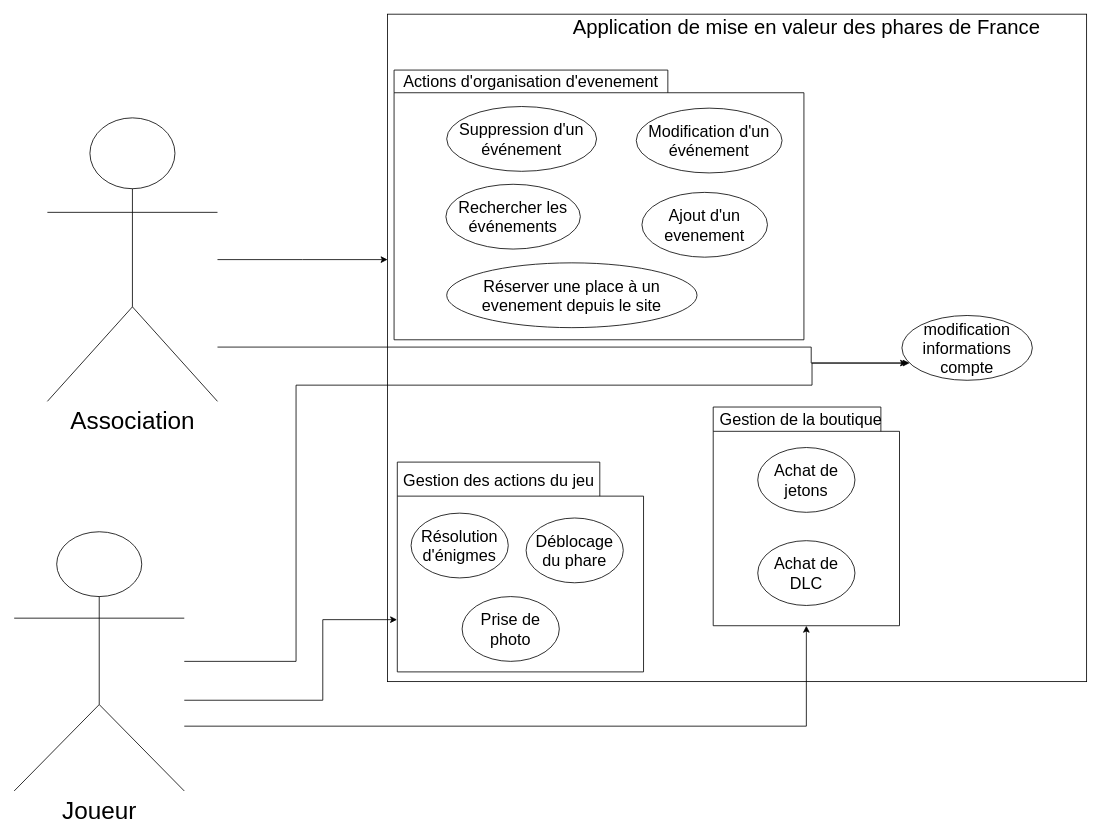
The draw.io diagram cours/Diagramme cas utilisation SAE3.drawio in Nereoll/draw.io, before the edit. Source tidied: cells renumbered, new cells numbered last; positions are measured from the earlier drawing's top-left corner, leaving out a move shared by most shapes. Both pictures are drawn from the tidied source at 81%, with x=0, y=0 at pixel (14, 14).
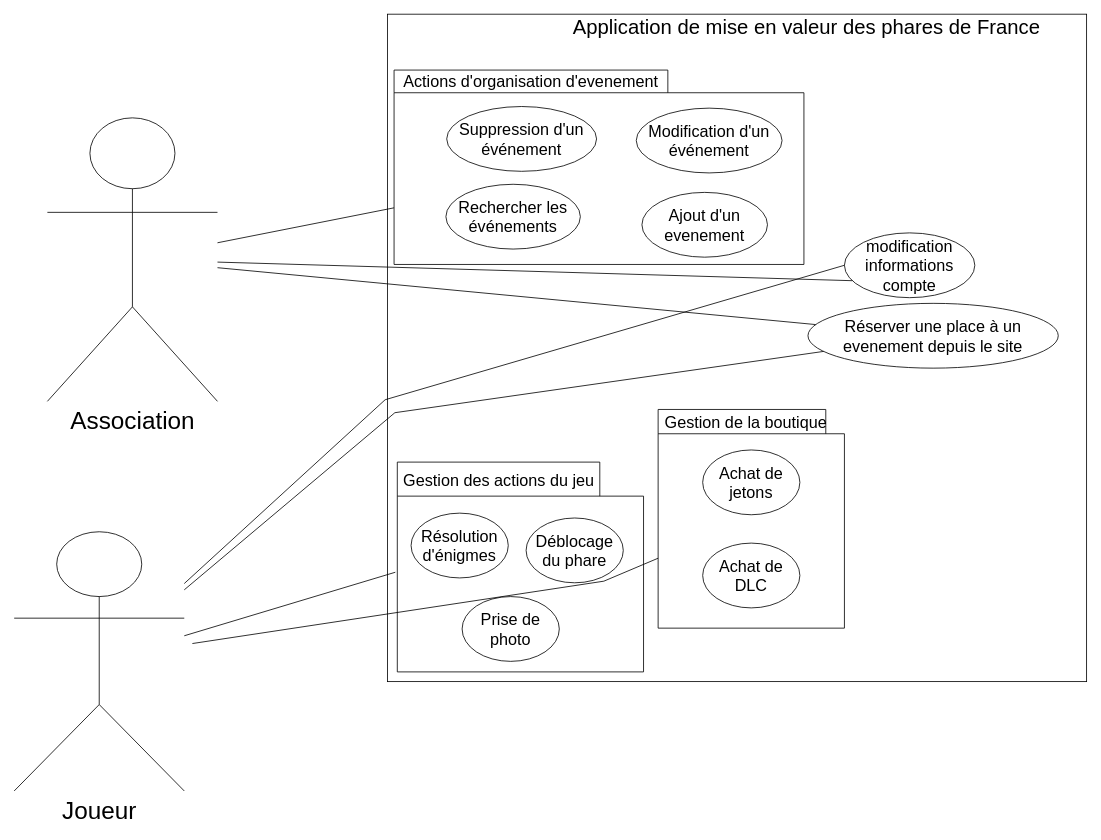
The same diagram, later.

Commit message:
Mettre à jour Diagramme cas utilisation SAE3.drawio

The change refers to these unchanged cells:
```xml
<mxCell id="3" value="&lt;font style=&quot;font-size: 30px;&quot;&gt;Joueur&lt;/font&gt;" style="shape=umlActor;verticalLabelPosition=bottom;verticalAlign=top;html=1;outlineConnect=0;" parent="1" vertex="1">
  <mxGeometry y="639" width="210" height="320" as="geometry" />
</mxCell>
<mxCell id="5" value="&lt;font style=&quot;font-size: 30px;&quot;&gt;Association&lt;/font&gt;" style="shape=umlActor;verticalLabelPosition=bottom;verticalAlign=top;html=1;outlineConnect=0;" parent="1" vertex="1">
  <mxGeometry x="41" y="128" width="210" height="350" as="geometry" />
</mxCell>
<mxCell id="6" style="shape=folder;fontStyle=1;spacingTop=10;tabWidth=250;tabHeight=42;tabPosition=left;html=1;whiteSpace=wrap;" parent="1" vertex="1">
  <mxGeometry x="473" y="553" width="304" height="259" as="geometry" />
</mxCell>
```

What changed in the source:
```diff
@@
-    <mxCell id="4" style="edgeStyle=orthogonalEdgeStyle;rounded=0;jettySize=auto;html=1;entryX=0;entryY=0.5;entryDx=0;entryDy=0;" parent="1" edge="1" source="5">
-      <mxGeometry relative="1" as="geometry">
-        <mxPoint x="461" y="303" as="targetPoint" />
-      </mxGeometry>
-    </mxCell>
@@
     <mxCell id="7" value="&lt;font style=&quot;font-size: 20px;&quot;&gt;modification informations compte&lt;/font&gt;" style="ellipse;whiteSpace=wrap;html=1;" parent="1" vertex="1">
-      <mxGeometry x="1096" y="372" width="161" height="80" as="geometry" />
+      <mxGeometry x="1025" y="270" width="161" height="80" as="geometry" />
     </mxCell>
@@
     <mxCell id="12" style="shape=folder;fontStyle=1;spacingTop=10;tabWidth=215;tabHeight=30;tabPosition=left;html=1;whiteSpace=wrap;" parent="1" vertex="1">
-      <mxGeometry x="863" y="485" width="230" height="270" as="geometry" />
+      <mxGeometry x="795" y="488" width="230" height="270" as="geometry" />
     </mxCell>
     <mxCell id="13" value="&lt;font style=&quot;font-size: 20px;&quot;&gt;Gestion de la boutique&lt;/font&gt;" style="text;html=1;align=center;verticalAlign=middle;whiteSpace=wrap;rounded=0;" parent="1" vertex="1">
-      <mxGeometry x="863" y="485" width="217" height="30" as="geometry" />
+      <mxGeometry x="795" y="488" width="217" height="30" as="geometry" />
     </mxCell>
     <mxCell id="14" value="&lt;font style=&quot;font-size: 20px;&quot;&gt;Achat de jetons&lt;/font&gt;" style="ellipse;whiteSpace=wrap;html=1;" parent="1" vertex="1">
-      <mxGeometry x="918" y="535" width="120" height="80" as="geometry" />
+      <mxGeometry x="850" y="538" width="120" height="80" as="geometry" />
     </mxCell>
     <mxCell id="15" value="&lt;font style=&quot;font-size: 20px;&quot;&gt;Achat de DLC&lt;/font&gt;" style="ellipse;whiteSpace=wrap;html=1;" parent="1" vertex="1">
-      <mxGeometry x="918" y="650" width="120" height="80" as="geometry" />
+      <mxGeometry x="850" y="653" width="120" height="80" as="geometry" />
     </mxCell>
     <mxCell id="16" style="shape=folder;fontStyle=1;spacingTop=10;tabWidth=338;tabHeight=28;tabPosition=left;html=1;whiteSpace=wrap;" parent="1" vertex="1">
-      <mxGeometry x="469" y="69" width="506" height="333" as="geometry" />
+      <mxGeometry x="469" y="69" width="506" height="240" as="geometry" />
     </mxCell>
@@
     <mxCell id="22" value="&lt;font style=&quot;font-size: 20px;&quot;&gt;Réserver une place à un evenement depuis le site&lt;/font&gt;" style="ellipse;whiteSpace=wrap;html=1;" parent="1" vertex="1">
-      <mxGeometry x="534" y="307" width="309" height="80" as="geometry" />
+      <mxGeometry x="980" y="357" width="309" height="80" as="geometry" />
     </mxCell>
+    <mxCell id="27" value="&lt;font style=&quot;font-size: 25px;&quot;&gt;Application de mise en valeur des phares de France&lt;/font&gt;" style="text;html=1;align=center;verticalAlign=middle;whiteSpace=wrap;rounded=0;" parent="1" vertex="1">
+      <mxGeometry x="663.8" width="628.5" height="30" as="geometry" />
+    </mxCell>
+    <mxCell id="28" style="endArrow=none;html=1;rounded=0;" parent="1" edge="1" source="5" target="16">
+      <mxGeometry relative="1" as="geometry" />
+    </mxCell>
-    <mxCell id="23" style="edgeStyle=orthogonalEdgeStyle;rounded=0;jettySize=auto;html=1;entryX=-0.001;entryY=0.751;entryDx=0;entryDy=0;entryPerimeter=0;" parent="1" edge="1" source="3" target="6">
-      <mxGeometry relative="1" as="geometry">
-        <Array as="points">
-          <mxPoint x="381" y="847" />
-          <mxPoint x="381" y="748" />
-        </Array>
-      </mxGeometry>
+    <mxCell id="23" style="endArrow=none;html=1;rounded=0;entryX=-0.008;entryY=0.525;entryDx=0;entryDy=0;entryPerimeter=0;" parent="1" edge="1" source="3" target="6">
+      <mxGeometry relative="1" as="geometry" />
     </mxCell>
-    <mxCell id="24" style="edgeStyle=orthogonalEdgeStyle;rounded=0;jettySize=auto;html=1;entryX=0.5;entryY=1;entryDx=0;entryDy=0;entryPerimeter=0;" parent="1" edge="1" source="3" target="12">
-      <mxGeometry relative="1" as="geometry">
-        <Array as="points">
-          <mxPoint x="978" y="879" />
-        </Array>
-      </mxGeometry>
-    </mxCell>
+    <mxCell id="29" style="endArrow=none;html=1;rounded=0;" parent="1" edge="1" target="12">
+      <mxGeometry relative="1" as="geometry">
+        <mxPoint x="220" y="777" as="sourcePoint" />
+        <Array as="points">
+          <mxPoint x="728" y="700" />
+        </Array>
+      </mxGeometry>
+    </mxCell>
+    <mxCell id="26" style="endArrow=none;html=1;rounded=0;entryX=0.06;entryY=0.738;entryDx=0;entryDy=0;entryPerimeter=0;" parent="1" edge="1" source="5" target="7">
+      <mxGeometry relative="1" as="geometry" />
+    </mxCell>
+    <mxCell id="30" style="endArrow=none;html=1;rounded=0;" parent="1" edge="1" source="5" target="22">
+      <mxGeometry relative="1" as="geometry" />
+    </mxCell>
+    <mxCell id="31" style="endArrow=none;html=1;rounded=0;" parent="1" edge="1" source="3" target="22">
+      <mxGeometry relative="1" as="geometry">
+        <Array as="points">
+          <mxPoint x="470" y="492" />
+        </Array>
+      </mxGeometry>
+    </mxCell>
-    <mxCell id="25" style="edgeStyle=orthogonalEdgeStyle;rounded=0;jettySize=auto;html=1;entryX=0.039;entryY=0.734;entryDx=0;entryDy=0;entryPerimeter=0;" parent="1" edge="1" source="3" target="7">
+    <mxCell id="25" style="endArrow=none;html=1;rounded=0;entryX=0;entryY=0.5;entryDx=0;entryDy=0;" parent="1" edge="1" source="3" target="7">
       <mxGeometry relative="1" as="geometry">
         <Array as="points">
-          <mxPoint x="348" y="799" />
-          <mxPoint x="348" y="458" />
-          <mxPoint x="985" y="458" />
+          <mxPoint x="458" y="476" />
         </Array>
       </mxGeometry>
     </mxCell>
-    <mxCell id="26" style="edgeStyle=orthogonalEdgeStyle;rounded=0;jettySize=auto;html=1;entryX=0.059;entryY=0.734;entryDx=0;entryDy=0;entryPerimeter=0;" parent="1" edge="1" source="5" target="7">
-      <mxGeometry relative="1" as="geometry">
-        <Array as="points">
-          <mxPoint x="984" y="411" />
-          <mxPoint x="984" y="431" />
-        </Array>
-      </mxGeometry>
-    </mxCell>
-    <mxCell id="27" value="&lt;font style=&quot;font-size: 25px;&quot;&gt;Application de mise en valeur des phares de France&lt;/font&gt;" style="text;html=1;align=center;verticalAlign=middle;whiteSpace=wrap;rounded=0;" parent="1" vertex="1">
-      <mxGeometry x="663.8" width="628.5" height="30" as="geometry" />
-    </mxCell>
```
